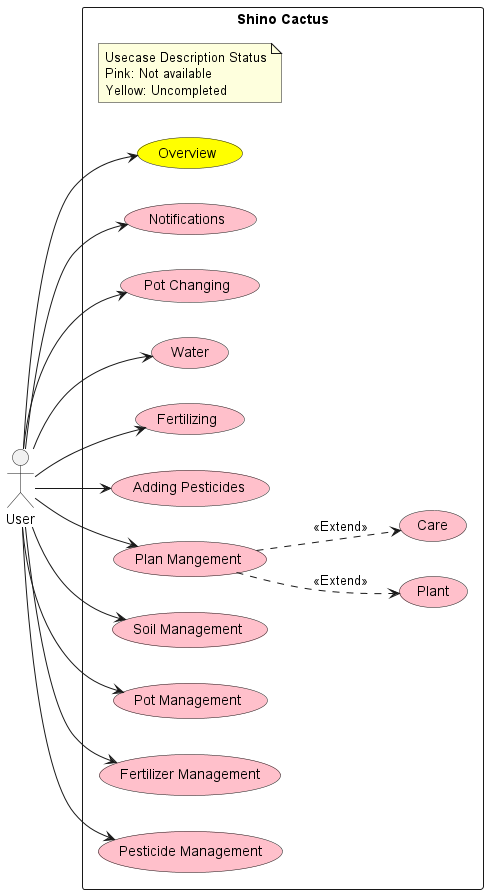
Before: out/UML/Concept/Usecase.png, a diagram exported from PlantUML (Shinodari/CactusMan-Analysis).
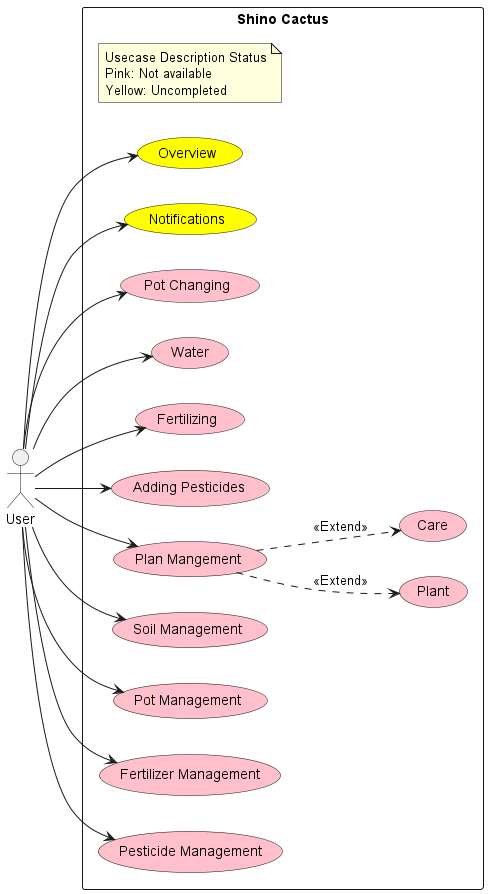
The same file after the commit.

Commit message:
feat(usecase & des 1.2): notifications draft wait another usecase

Diff of the diagram source:
```diff
@@ -5,7 +5,7 @@
     note "Usecase Description Status\nPink: Not available\nYellow: Uncompleted" as CommonNote
 
     usecase Overview #Yellow
-    usecase Notifications #pink
+    usecase Notifications #Yellow
     usecase "Pot Changing" as PotC #pink
     usecase Water #pink
     usecase Fertilizing #pink
```
